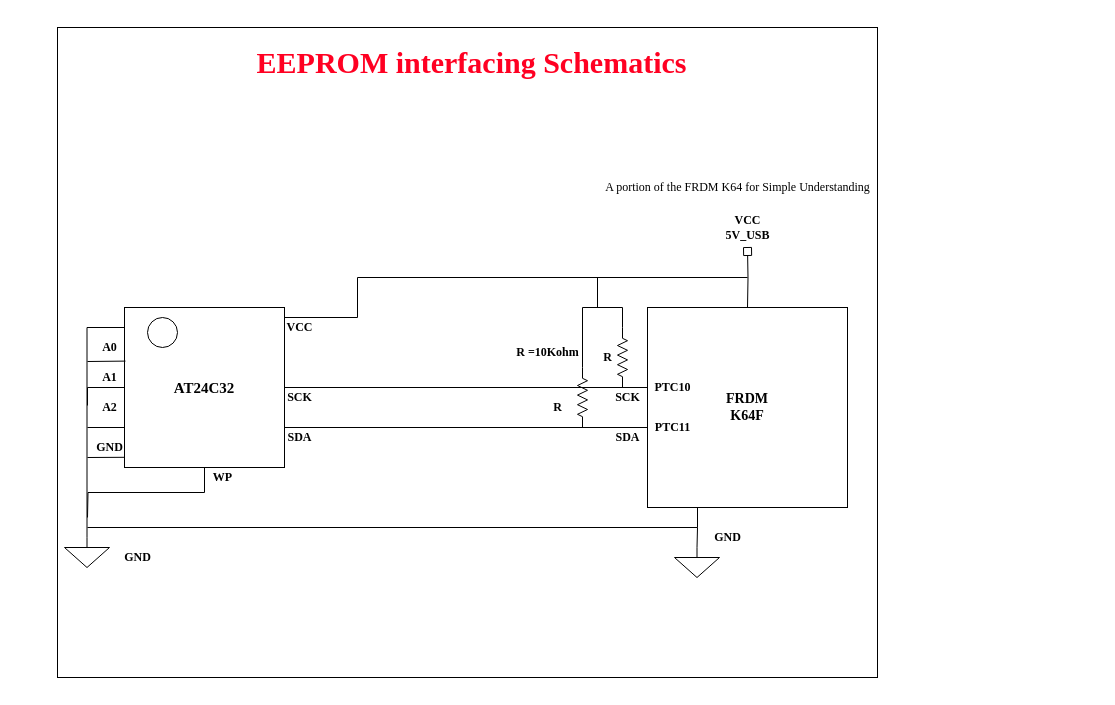
Before: page "Page-4" (4 of 4) of EEPROM_FLOWchart.drawio in francis-job/BLOCK_DIAGRAMS, a draw.io diagram. Source tidied: cells renumbered, new cells numbered last; positions are measured from the earlier drawing's top-left corner, leaving out a move shared by most shapes. Both pictures are drawn from the tidied source at 100%, with x=0, y=0 at pixel (57, 27).
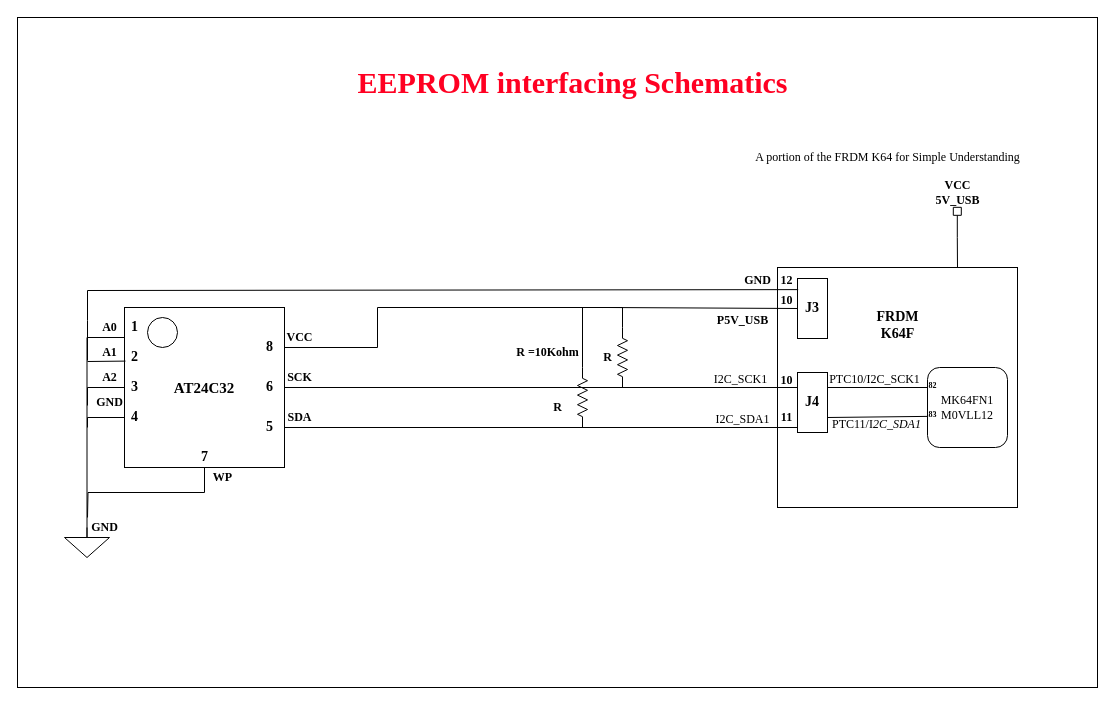
The same diagram, later.

The change refers to these unchanged cells:
```xml
<mxCell id="13" value="&lt;font face=&quot;Times New Roman&quot; style=&quot;font-size: 15px&quot;&gt;&lt;b&gt;AT24C32&lt;/b&gt;&lt;/font&gt;" style="whiteSpace=wrap;html=1;" parent="1" vertex="1">
  <mxGeometry x="67" y="280" width="160" height="160" as="geometry" />
</mxCell>
```

The edit, as a diff of the source:
```diff
@@
-    <mxCell id="2" style="rounded=0;whiteSpace=wrap;html=1;" parent="1" vertex="1">
-      <mxGeometry width="820" height="650" as="geometry" />
-    </mxCell>
+    <mxCell id="45" style="rounded=0;whiteSpace=wrap;html=1;" parent="1" vertex="1">
+      <mxGeometry x="-40" y="-10" width="1080" height="670" as="geometry" />
+    </mxCell>
+    <mxCell id="46" style="edgeStyle=orthogonalEdgeStyle;rounded=0;jettySize=auto;html=1;exitX=0;exitY=0.5;exitDx=0;exitDy=0;entryX=-0.067;entryY=0.367;entryDx=0;entryDy=0;entryPerimeter=0;startArrow=none;startFill=0;endArrow=none;endFill=0;" parent="1" edge="1" source="3" target="54">
+      <mxGeometry relative="1" as="geometry" />
+    </mxCell>
+    <mxCell id="47" style="edgeStyle=orthogonalEdgeStyle;rounded=0;jettySize=auto;html=1;exitX=0;exitY=0.5;exitDx=0;exitDy=0;entryX=0;entryY=0.25;entryDx=0;entryDy=0;startArrow=none;startFill=0;endArrow=none;endFill=0;" parent="1" edge="1" source="3" target="54">
+      <mxGeometry relative="1" as="geometry" />
+    </mxCell>
+    <mxCell id="48" style="edgeStyle=orthogonalEdgeStyle;rounded=0;jettySize=auto;html=1;exitX=0;exitY=0.5;exitDx=0;exitDy=0;entryX=0.067;entryY=0.367;entryDx=0;entryDy=0;entryPerimeter=0;startArrow=none;startFill=0;endArrow=none;endFill=0;" parent="1" edge="1" source="3" target="54">
+      <mxGeometry relative="1" as="geometry" />
+    </mxCell>
+    <mxCell id="49" style="edgeStyle=orthogonalEdgeStyle;rounded=0;jettySize=auto;html=1;exitX=0;exitY=0.5;exitDx=0;exitDy=0;entryX=0.051;entryY=0.312;entryDx=0;entryDy=0;entryPerimeter=0;startArrow=none;startFill=0;endArrow=none;endFill=0;" parent="1" edge="1" source="3" target="54">
+      <mxGeometry relative="1" as="geometry" />
+    </mxCell>
+    <mxCell id="50" style="edgeStyle=orthogonalEdgeStyle;rounded=0;jettySize=auto;html=1;exitX=0.497;exitY=0.994;exitDx=0;exitDy=0;entryX=0.75;entryY=0;entryDx=0;entryDy=0;startArrow=box;startFill=0;endArrow=none;endFill=0;exitPerimeter=0;" parent="1" edge="1" source="28" target="3">
+      <mxGeometry relative="1" as="geometry" />
+    </mxCell>
-    <mxCell id="3" value="&lt;font style=&quot;font-size: 14px&quot; face=&quot;Times New Roman&quot;&gt;&lt;b&gt;FRDM&lt;br&gt;K64F&lt;/b&gt;&lt;/font&gt;" style="whiteSpace=wrap;html=1;" parent="1" vertex="1">
-      <mxGeometry x="590" y="280" width="200" height="200" as="geometry" />
+    <mxCell id="3" style="whiteSpace=wrap;html=1;" parent="1" vertex="1">
+      <mxGeometry x="720" y="240" width="240" height="240" as="geometry" />
     </mxCell>
     <mxCell id="4" value="&lt;font face=&quot;Times New Roman&quot; size=&quot;1&quot; color=&quot;#ff0022&quot;&gt;&lt;b style=&quot;font-size: 30px&quot;&gt;EEPROM interfacing Schematics&lt;/b&gt;&lt;/font&gt;" style="text;html=1;align=center;verticalAlign=middle;" parent="1" vertex="1">
-      <mxGeometry x="189" y="20" width="450" height="30" as="geometry" />
+      <mxGeometry x="290" y="40" width="450" height="30" as="geometry" />
     </mxCell>
-    <mxCell id="5" style="edgeStyle=orthogonalEdgeStyle;rounded=0;jettySize=auto;html=1;exitX=0.25;exitY=1;exitDx=0;exitDy=0;entryX=0.5;entryY=0;entryDx=0;entryDy=0;entryPerimeter=0;endArrow=none;endFill=0;" parent="1" edge="1" source="3" target="26">
-      <mxGeometry relative="1" as="geometry" />
-    </mxCell>
-    <mxCell id="6" style="edgeStyle=orthogonalEdgeStyle;rounded=0;jettySize=auto;html=1;exitX=0.5;exitY=0;exitDx=0;exitDy=0;endArrow=none;endFill=0;startArrow=box;startFill=0;entryX=0.5;entryY=0;entryDx=0;entryDy=0;" parent="1" edge="1" target="3">
-      <mxGeometry relative="1" as="geometry">
-        <mxPoint x="690" y="220" as="sourcePoint" />
-      </mxGeometry>
-    </mxCell>
-    <mxCell id="7" style="edgeStyle=orthogonalEdgeStyle;rounded=0;jettySize=auto;html=1;startArrow=none;startFill=0;entryX=1;entryY=0.25;entryDx=0;entryDy=0;endArrow=none;endFill=0;" parent="1" edge="1" target="13">
-      <mxGeometry relative="1" as="geometry">
-        <mxPoint x="560" y="250" as="sourcePoint" />
-        <Array as="points">
-          <mxPoint x="300" y="250" />
-          <mxPoint x="300" y="290" />
-          <mxPoint x="227" y="290" />
-        </Array>
-      </mxGeometry>
-    </mxCell>
-    <mxCell id="8" style="edgeStyle=orthogonalEdgeStyle;rounded=0;jettySize=auto;html=1;exitX=0;exitY=0.25;exitDx=0;exitDy=0;endArrow=none;endFill=0;entryX=0.5;entryY=0;entryDx=0;entryDy=0;entryPerimeter=0;" parent="1" edge="1" source="13" target="17">
+    <mxCell id="8" style="edgeStyle=orthogonalEdgeStyle;rounded=0;jettySize=auto;html=1;exitX=0;exitY=0.25;exitDx=0;exitDy=0;endArrow=none;endFill=0;entryX=0.5;entryY=0;entryDx=0;entryDy=0;entryPerimeter=0;" parent="1" edge="1" source="60">
       <mxGeometry relative="1" as="geometry">
+        <mxPoint x="29.5" y="510" as="targetPoint" />
         <Array as="points">
-          <mxPoint x="97" y="320" />
+          <mxPoint x="67" y="300" />
           <mxPoint x="97" y="300" />
-          <mxPoint x="30" y="300" />
-          <mxPoint x="30" y="510" />
+          <mxPoint x="97" y="310" />
+          <mxPoint x="29" y="310" />
         </Array>
       </mxGeometry>
     </mxCell>
@@
-    <mxCell id="10" style="edgeStyle=orthogonalEdgeStyle;rounded=0;jettySize=auto;html=1;exitX=1;exitY=0.75;exitDx=0;exitDy=0;entryX=0;entryY=0.6;entryDx=0;entryDy=0;entryPerimeter=0;endArrow=none;endFill=0;" parent="1" edge="1" source="13" target="3">
-      <mxGeometry relative="1" as="geometry" />
+    <mxCell id="10" style="edgeStyle=orthogonalEdgeStyle;rounded=0;jettySize=auto;html=1;exitX=1;exitY=0.75;exitDx=0;exitDy=0;entryX=0;entryY=0.75;entryDx=0;entryDy=0;endArrow=none;endFill=0;" parent="1" edge="1" source="13" target="54">
+      <mxGeometry relative="1" as="geometry">
+        <Array as="points">
+          <mxPoint x="740" y="400" />
+        </Array>
+      </mxGeometry>
     </mxCell>
@@
-    <mxCell id="12" style="edgeStyle=orthogonalEdgeStyle;rounded=0;jettySize=auto;html=1;exitX=0;exitY=0.75;exitDx=0;exitDy=0;startArrow=none;startFill=0;endArrow=none;endFill=0;" parent="1" edge="1" source="13">
+    <mxCell id="12" style="edgeStyle=orthogonalEdgeStyle;rounded=0;orthogonalLoop=1;jettySize=auto;html=1;exitX=0;exitY=0.75;exitDx=0;exitDy=0;startArrow=none;startFill=0;endArrow=none;endFill=0;" parent="1" edge="1">
       <mxGeometry relative="1" as="geometry">
+        <mxPoint x="67" y="400" as="sourcePoint" />
         <mxPoint x="30" y="400" as="targetPoint" />
+        <Array as="points">
+          <mxPoint x="67" y="390" />
+          <mxPoint x="30" y="390" />
+        </Array>
       </mxGeometry>
     </mxCell>
+    <mxCell id="51" style="edgeStyle=orthogonalEdgeStyle;rounded=0;jettySize=auto;html=1;exitX=1;exitY=0.25;exitDx=0;exitDy=0;startArrow=none;startFill=0;endArrow=none;endFill=0;" parent="1" edge="1" source="13">
+      <mxGeometry relative="1" as="geometry">
+        <mxPoint x="550" y="280" as="targetPoint" />
+        <Array as="points">
+          <mxPoint x="320" y="320" />
+          <mxPoint x="320" y="280" />
+          <mxPoint x="550" y="280" />
+        </Array>
+      </mxGeometry>
+    </mxCell>
@@
     <mxCell id="15" value="&lt;b&gt;&lt;font face=&quot;Times New Roman&quot;&gt;VCC&lt;/font&gt;&lt;/b&gt;" style="text;html=1;align=center;verticalAlign=middle;" parent="1" vertex="1">
-      <mxGeometry x="222" y="290" width="40" height="20" as="geometry" />
+      <mxGeometry x="222" y="300" width="40" height="20" as="geometry" />
     </mxCell>
@@
-    <mxCell id="17" style="verticalLabelPosition=bottom;shadow=0;dashed=0;align=center;html=1;verticalAlign=top;shape=mxgraph.electrical.signal_sources.signal_ground;" parent="1" vertex="1">
-      <mxGeometry x="7" y="510" width="45" height="30" as="geometry" />
-    </mxCell>
     <mxCell id="18" value="&lt;b&gt;&lt;font face=&quot;Times New Roman&quot;&gt;A0&lt;/font&gt;&lt;/b&gt;" style="text;html=1;align=center;verticalAlign=middle;" parent="1" vertex="1">
-      <mxGeometry x="37" y="310" width="30" height="20" as="geometry" />
+      <mxGeometry x="37" y="290" width="30" height="20" as="geometry" />
     </mxCell>
     <mxCell id="19" value="&lt;b&gt;&lt;font face=&quot;Times New Roman&quot;&gt;A1&lt;/font&gt;&lt;/b&gt;" style="text;html=1;align=center;verticalAlign=middle;" parent="1" vertex="1">
-      <mxGeometry x="37" y="340" width="30" height="20" as="geometry" />
+      <mxGeometry x="37" y="315" width="30" height="20" as="geometry" />
     </mxCell>
     <mxCell id="20" value="&lt;b&gt;&lt;font face=&quot;Times New Roman&quot;&gt;A2&lt;/font&gt;&lt;/b&gt;" style="text;html=1;align=center;verticalAlign=middle;" parent="1" vertex="1">
-      <mxGeometry x="37" y="370" width="30" height="20" as="geometry" />
+      <mxGeometry x="37" y="340" width="30" height="20" as="geometry" />
     </mxCell>
     <mxCell id="21" value="&lt;b&gt;&lt;font face=&quot;Times New Roman&quot;&gt;GND&lt;/font&gt;&lt;/b&gt;" style="text;html=1;align=center;verticalAlign=middle;points=[];" parent="1" vertex="1">
-      <mxGeometry x="32" y="410" width="40" height="20" as="geometry" />
+      <mxGeometry x="32" y="365" width="40" height="20" as="geometry" />
     </mxCell>
@@
-    <mxCell id="23" style="endArrow=none;html=1;exitX=1;exitY=0.5;exitDx=0;exitDy=0;entryX=0;entryY=0.4;entryDx=0;entryDy=0;entryPerimeter=0;" parent="1" edge="1" source="13" target="3">
+    <mxCell id="23" style="endArrow=none;html=1;exitX=1;exitY=0.5;exitDx=0;exitDy=0;entryX=0;entryY=0.5;entryDx=0;entryDy=0;" parent="1" edge="1" source="13" target="3">
       <mxGeometry relative="1" as="geometry" />
     </mxCell>
@@
-    <mxCell id="25" style="endArrow=none;html=1;" parent="1" edge="1">
-      <mxGeometry relative="1" as="geometry">
-        <mxPoint x="30" y="500" as="sourcePoint" />
-        <mxPoint x="640" y="500" as="targetPoint" />
-      </mxGeometry>
-    </mxCell>
     <mxCell id="26" style="verticalLabelPosition=bottom;shadow=0;dashed=0;align=center;html=1;verticalAlign=top;shape=mxgraph.electrical.signal_sources.signal_ground;" parent="1" vertex="1">
-      <mxGeometry x="617" y="520" width="45" height="30" as="geometry" />
+      <mxGeometry x="7" y="500" width="45" height="30" as="geometry" />
     </mxCell>
-    <mxCell id="27" value="&lt;b&gt;&lt;font face=&quot;Times New Roman&quot;&gt;GND&lt;/font&gt;&lt;/b&gt;" style="text;html=1;align=center;verticalAlign=middle;" parent="1" vertex="1">
-      <mxGeometry x="60" y="520" width="40" height="20" as="geometry" />
-    </mxCell>
     <mxCell id="28" value="&lt;b&gt;&lt;font face=&quot;Times New Roman&quot;&gt;VCC&lt;br&gt;5V_USB&lt;br&gt;&lt;/font&gt;&lt;/b&gt;" style="text;html=1;align=center;verticalAlign=middle;points=[];" parent="1" vertex="1">
-      <mxGeometry x="660" y="185" width="60" height="30" as="geometry" />
+      <mxGeometry x="870" y="150" width="60" height="30" as="geometry" />
     </mxCell>
@@
-    <mxCell id="32" style="endArrow=none;html=1;rounded=0;" parent="1" edge="1">
-      <mxGeometry relative="1" as="geometry">
-        <mxPoint x="540" y="280" as="sourcePoint" />
-        <mxPoint x="690" y="250" as="targetPoint" />
-        <Array as="points">
-          <mxPoint x="540" y="250" />
-        </Array>
-      </mxGeometry>
-    </mxCell>
     <mxCell id="33" value="&lt;font face=&quot;Times New Roman&quot;&gt;&lt;b&gt;GND&lt;/b&gt;&lt;/font&gt;" style="text;html=1;align=center;verticalAlign=middle;" parent="1" vertex="1">
-      <mxGeometry x="650" y="500" width="40" height="20" as="geometry" />
+      <mxGeometry x="27" y="490" width="40" height="20" as="geometry" />
     </mxCell>
@@
-    <mxCell id="36" value="&lt;b&gt;&lt;font face=&quot;Times New Roman&quot;&gt;PTC10&lt;/font&gt;&lt;/b&gt;" style="text;html=1;align=center;verticalAlign=middle;" parent="1" vertex="1">
-      <mxGeometry x="590" y="350" width="50" height="20" as="geometry" />
+    <mxCell id="36" value="&lt;font face=&quot;Times New Roman&quot;&gt;PTC10/I2C_SCK1&lt;/font&gt;" style="text;html=1;align=center;verticalAlign=middle;" parent="1" vertex="1">
+      <mxGeometry x="762" y="342" width="110" height="20" as="geometry" />
     </mxCell>
-    <mxCell id="37" value="&lt;font face=&quot;Times New Roman&quot;&gt;&lt;b&gt;PTC11&lt;/b&gt;&lt;/font&gt;" style="text;html=1;align=center;verticalAlign=middle;" parent="1" vertex="1">
-      <mxGeometry x="590" y="390" width="50" height="20" as="geometry" />
+    <mxCell id="37" value="&lt;font face=&quot;Times New Roman&quot;&gt;PTC11/I&lt;i&gt;2C_SDA1&lt;/i&gt;&lt;/font&gt;" style="text;html=1;align=center;verticalAlign=middle;" parent="1" vertex="1">
+      <mxGeometry x="769" y="387" width="100" height="20" as="geometry" />
     </mxCell>
     <mxCell id="38" value="&lt;font face=&quot;Times New Roman&quot;&gt;A portion of the FRDM K64 for Simple Understanding&lt;/font&gt;" style="text;html=1;align=center;verticalAlign=middle;" parent="1" vertex="1">
-      <mxGeometry x="540" y="150" width="280" height="20" as="geometry" />
+      <mxGeometry x="690" y="120" width="280" height="20" as="geometry" />
     </mxCell>
@@
     <mxCell id="40" value="&lt;font face=&quot;Times New Roman&quot;&gt;&lt;b&gt;SDA&lt;/b&gt;&lt;/font&gt;" style="text;html=1;align=center;verticalAlign=middle;" parent="1" vertex="1">
-      <mxGeometry x="222" y="400" width="40" height="20" as="geometry" />
+      <mxGeometry x="222" y="380" width="40" height="20" as="geometry" />
     </mxCell>
-    <mxCell id="41" value="&lt;font face=&quot;Times New Roman&quot;&gt;&lt;b&gt;SDA&lt;/b&gt;&lt;/font&gt;" style="text;html=1;align=center;verticalAlign=middle;" parent="1" vertex="1">
-      <mxGeometry x="550" y="400" width="40" height="20" as="geometry" />
-    </mxCell>
     <mxCell id="42" value="&lt;font face=&quot;Times New Roman&quot;&gt;&lt;b&gt;SCK&lt;/b&gt;&lt;/font&gt;" style="text;html=1;align=center;verticalAlign=middle;" parent="1" vertex="1">
-      <mxGeometry x="222" y="360" width="40" height="20" as="geometry" />
+      <mxGeometry x="222" y="340" width="40" height="20" as="geometry" />
     </mxCell>
-    <mxCell id="43" value="&lt;font face=&quot;Times New Roman&quot;&gt;&lt;b&gt;SCK&lt;/b&gt;&lt;/font&gt;" style="text;html=1;align=center;verticalAlign=middle;" parent="1" vertex="1">
-      <mxGeometry x="550" y="360" width="40" height="20" as="geometry" />
-    </mxCell>
-    <mxCell id="44" style="endArrow=none;html=1;entryX=0.884;entryY=0.99;entryDx=0;entryDy=0;entryPerimeter=0;" parent="1" edge="1" target="21">
-      <mxGeometry relative="1" as="geometry">
-        <mxPoint x="30" y="430" as="sourcePoint" />
-      </mxGeometry>
-    </mxCell>
+    <mxCell id="52" value="&lt;font face=&quot;Times New Roman&quot;&gt;MK64FN1&lt;br&gt;M0VLL12&lt;/font&gt;" style="whiteSpace=wrap;html=1;rounded=1;" parent="1" vertex="1">
+      <mxGeometry x="870" y="340" width="80" height="80" as="geometry" />
+    </mxCell>
+    <mxCell id="53" style="edgeStyle=orthogonalEdgeStyle;rounded=0;jettySize=auto;html=1;exitX=0;exitY=0.25;exitDx=0;exitDy=0;entryX=0;entryY=0.5;entryDx=0;entryDy=0;startArrow=none;startFill=0;endArrow=none;endFill=0;" parent="1" edge="1" source="54" target="3">
+      <mxGeometry relative="1" as="geometry" />
+    </mxCell>
+    <mxCell id="54" value="&lt;font face=&quot;Times New Roman&quot; size=&quot;1&quot;&gt;&lt;b style=&quot;font-size: 14px&quot;&gt;J4&lt;/b&gt;&lt;/font&gt;" style="rounded=0;whiteSpace=wrap;html=1;" parent="1" vertex="1">
+      <mxGeometry x="740" y="345" width="30" height="60" as="geometry" />
+    </mxCell>
+    <mxCell id="55" style="endArrow=none;html=1;entryX=0;entryY=0.25;entryDx=0;entryDy=0;exitX=1;exitY=0.25;exitDx=0;exitDy=0;" parent="1" edge="1" source="54" target="52">
+      <mxGeometry relative="1" as="geometry" />
+    </mxCell>
+    <mxCell id="56" style="endArrow=none;html=1;exitX=1;exitY=0.75;exitDx=0;exitDy=0;entryX=0.008;entryY=0.611;entryDx=0;entryDy=0;entryPerimeter=0;" parent="1" edge="1" source="54" target="52">
+      <mxGeometry relative="1" as="geometry" />
+    </mxCell>
+    <mxCell id="57" value="&lt;b&gt;&lt;font face=&quot;Times New Roman&quot;&gt;10&lt;/font&gt;&lt;/b&gt;" style="text;html=1;align=center;verticalAlign=middle;" parent="1" vertex="1">
+      <mxGeometry x="714" y="343" width="30" height="20" as="geometry" />
+    </mxCell>
+    <mxCell id="58" value="&lt;b&gt;&lt;font face=&quot;Times New Roman&quot;&gt;11&lt;/font&gt;&lt;/b&gt;" style="text;html=1;align=center;verticalAlign=middle;" parent="1" vertex="1">
+      <mxGeometry x="714" y="380" width="30" height="20" as="geometry" />
+    </mxCell>
+    <mxCell id="59" style="endArrow=none;html=1;rounded=0;entryX=0;entryY=0.5;entryDx=0;entryDy=0;" parent="1" edge="1" target="68">
+      <mxGeometry relative="1" as="geometry">
+        <mxPoint x="550" y="280" as="sourcePoint" />
+      </mxGeometry>
+    </mxCell>
+    <mxCell id="60" value="&lt;font face=&quot;Times New Roman&quot; size=&quot;1&quot;&gt;&lt;b style=&quot;font-size: 14px&quot;&gt;1&lt;/b&gt;&lt;/font&gt;" style="text;html=1;align=center;verticalAlign=middle;points=[];" parent="1" vertex="1">
+      <mxGeometry x="67" y="290" width="20" height="20" as="geometry" />
+    </mxCell>
+    <mxCell id="61" value="&lt;font face=&quot;Times New Roman&quot; size=&quot;1&quot;&gt;&lt;b style=&quot;font-size: 14px&quot;&gt;2&lt;/b&gt;&lt;/font&gt;" style="text;html=1;align=center;verticalAlign=middle;" parent="1" vertex="1">
+      <mxGeometry x="67" y="320" width="20" height="20" as="geometry" />
+    </mxCell>
+    <mxCell id="62" value="&lt;font face=&quot;Times New Roman&quot; size=&quot;1&quot;&gt;&lt;b style=&quot;font-size: 14px&quot;&gt;3&lt;/b&gt;&lt;/font&gt;" style="text;html=1;align=center;verticalAlign=middle;" parent="1" vertex="1">
+      <mxGeometry x="67" y="350" width="20" height="20" as="geometry" />
+    </mxCell>
+    <mxCell id="63" value="&lt;font face=&quot;Times New Roman&quot; size=&quot;1&quot;&gt;&lt;b style=&quot;font-size: 14px&quot;&gt;4&lt;/b&gt;&lt;/font&gt;" style="text;html=1;align=center;verticalAlign=middle;" parent="1" vertex="1">
+      <mxGeometry x="67" y="380" width="20" height="20" as="geometry" />
+    </mxCell>
+    <mxCell id="64" value="&lt;font face=&quot;Times New Roman&quot; size=&quot;1&quot;&gt;&lt;b style=&quot;font-size: 14px&quot;&gt;7&lt;/b&gt;&lt;/font&gt;" style="text;html=1;align=center;verticalAlign=middle;" parent="1" vertex="1">
+      <mxGeometry x="137" y="420" width="20" height="20" as="geometry" />
+    </mxCell>
+    <mxCell id="65" value="&lt;font face=&quot;Times New Roman&quot; size=&quot;1&quot;&gt;&lt;b style=&quot;font-size: 14px&quot;&gt;5&lt;/b&gt;&lt;/font&gt;" style="text;html=1;align=center;verticalAlign=middle;" parent="1" vertex="1">
+      <mxGeometry x="202" y="390" width="20" height="20" as="geometry" />
+    </mxCell>
+    <mxCell id="66" value="&lt;font face=&quot;Times New Roman&quot; size=&quot;1&quot;&gt;&lt;b style=&quot;font-size: 14px&quot;&gt;6&lt;/b&gt;&lt;/font&gt;" style="text;html=1;align=center;verticalAlign=middle;" parent="1" vertex="1">
+      <mxGeometry x="202" y="350" width="20" height="20" as="geometry" />
+    </mxCell>
+    <mxCell id="67" value="&lt;font face=&quot;Times New Roman&quot; size=&quot;1&quot;&gt;&lt;b style=&quot;font-size: 14px&quot;&gt;8&lt;/b&gt;&lt;/font&gt;" style="text;html=1;align=center;verticalAlign=middle;" parent="1" vertex="1">
+      <mxGeometry x="202" y="310" width="20" height="20" as="geometry" />
+    </mxCell>
+    <mxCell id="68" value="&lt;font face=&quot;Times New Roman&quot; size=&quot;1&quot;&gt;&lt;b style=&quot;font-size: 14px&quot;&gt;J3&lt;/b&gt;&lt;/font&gt;" style="rounded=0;whiteSpace=wrap;html=1;" parent="1" vertex="1">
+      <mxGeometry x="740" y="251" width="30" height="60" as="geometry" />
+    </mxCell>
+    <mxCell id="69" value="&lt;b&gt;&lt;font face=&quot;Times New Roman&quot;&gt;10&lt;/font&gt;&lt;/b&gt;" style="text;html=1;align=center;verticalAlign=middle;points=[];" parent="1" vertex="1">
+      <mxGeometry x="714" y="263" width="30" height="20" as="geometry" />
+    </mxCell>
+    <mxCell id="70" value="&lt;font face=&quot;Times New Roman&quot;&gt;&lt;b&gt;P5V_USB&lt;/b&gt;&lt;/font&gt;" style="text;html=1;align=center;verticalAlign=middle;" parent="1" vertex="1">
+      <mxGeometry x="650" y="283" width="70" height="20" as="geometry" />
+    </mxCell>
+    <mxCell id="71" value="&lt;span style=&quot;font-family: &amp;#34;times new roman&amp;#34;&quot;&gt;I2C_SCK1&lt;/span&gt;" style="text;html=1;align=center;verticalAlign=middle;" parent="1" vertex="1">
+      <mxGeometry x="648" y="342" width="70" height="20" as="geometry" />
+    </mxCell>
+    <mxCell id="72" value="&lt;span style=&quot;font-family: &amp;#34;times new roman&amp;#34;&quot;&gt;I2C_SDA1&lt;/span&gt;" style="text;html=1;align=center;verticalAlign=middle;" parent="1" vertex="1">
+      <mxGeometry x="650" y="382" width="70" height="20" as="geometry" />
+    </mxCell>
+    <mxCell id="73" value="&lt;b style=&quot;font-family: &amp;#34;times new roman&amp;#34; ; font-size: 14px&quot;&gt;FRDM&lt;br&gt;K64F&lt;/b&gt;" style="text;html=1;align=center;verticalAlign=middle;" parent="1" vertex="1">
+      <mxGeometry x="810" y="283" width="60" height="30" as="geometry" />
+    </mxCell>
+    <mxCell id="74" value="&lt;font face=&quot;Times New Roman&quot; size=&quot;1&quot;&gt;&lt;b style=&quot;font-size: 8px&quot;&gt;82&lt;/b&gt;&lt;/font&gt;" style="text;html=1;align=center;verticalAlign=middle;" parent="1" vertex="1">
+      <mxGeometry x="865" y="347" width="20" height="20" as="geometry" />
+    </mxCell>
+    <mxCell id="75" value="&lt;font face=&quot;Times New Roman&quot; size=&quot;1&quot;&gt;&lt;b style=&quot;font-size: 8px&quot;&gt;83&lt;/b&gt;&lt;/font&gt;" style="text;html=1;align=center;verticalAlign=middle;" parent="1" vertex="1">
+      <mxGeometry x="865" y="376" width="20" height="20" as="geometry" />
+    </mxCell>
+    <mxCell id="76" style="endArrow=none;html=1;rounded=0;entryX=0.889;entryY=-0.044;entryDx=0;entryDy=0;entryPerimeter=0;" parent="1" edge="1" target="69">
+      <mxGeometry relative="1" as="geometry">
+        <mxPoint x="30" y="333" as="sourcePoint" />
+        <Array as="points">
+          <mxPoint x="30" y="293" />
+          <mxPoint x="30" y="263" />
+        </Array>
+      </mxGeometry>
+    </mxCell>
+    <mxCell id="77" value="&lt;b&gt;&lt;font face=&quot;Times New Roman&quot;&gt;12&lt;/font&gt;&lt;/b&gt;" style="text;html=1;align=center;verticalAlign=middle;" parent="1" vertex="1">
+      <mxGeometry x="714" y="243" width="30" height="20" as="geometry" />
+    </mxCell>
+    <mxCell id="27" value="&lt;font face=&quot;Times New Roman&quot;&gt;&lt;b&gt;GND&lt;/b&gt;&lt;/font&gt;" style="text;html=1;align=center;verticalAlign=middle;" parent="1" vertex="1">
+      <mxGeometry x="680" y="243" width="40" height="20" as="geometry" />
+    </mxCell>
```
